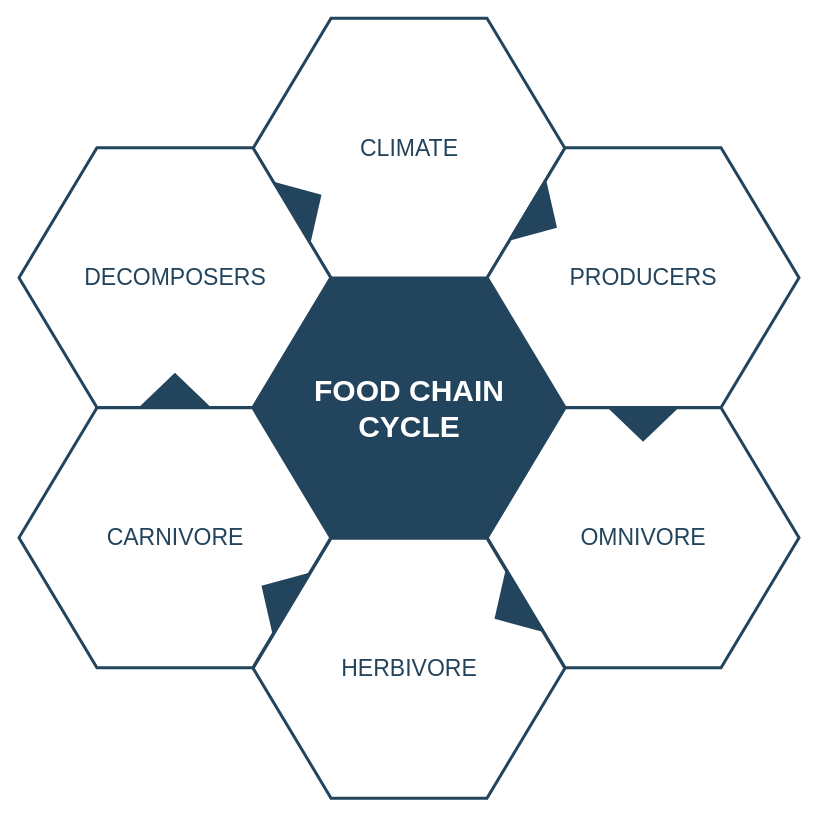
Before: 未命名绘图.drawio in zprobot/zprobot, a draw.io diagram. Source tidied: cells renumbered, new cells numbered last; positions are measured from the earlier drawing's top-left corner, leaving out a move shared by most shapes. Both pictures are drawn from the tidied source at 100%, with x=0, y=0 at pixel (18, 18).
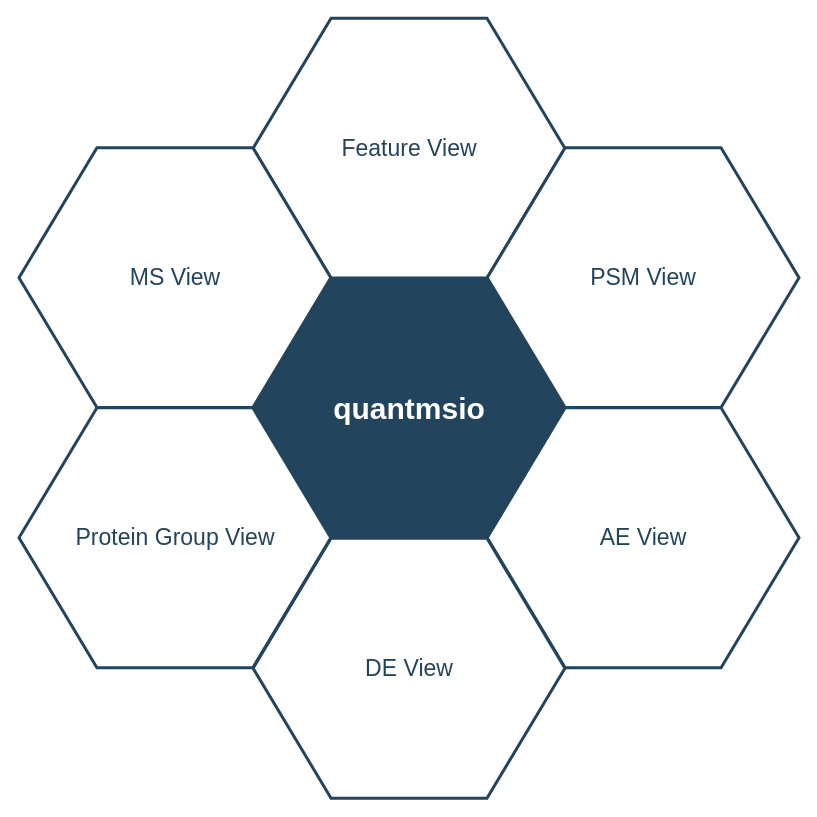
After the change.

Change to the diagram source:
```diff
@@
 <mxGraphModel>
   <root>
     <mxCell id="0" />
     <mxCell id="1" parent="0" />
-    <mxCell id="2" value="&lt;font style=&quot;font-size: 30px&quot; color=&quot;#ffffff&quot;&gt;&lt;b&gt;&lt;span&gt;FOOD CHAIN&lt;/span&gt;&lt;br&gt;&lt;span&gt;CYCLE&lt;/span&gt;&lt;/b&gt;&lt;/font&gt;&lt;br&gt;" style="shape=hexagon;perimeter=hexagonPerimeter2;whiteSpace=wrap;html=1;shadow=0;labelBackgroundColor=none;strokeColor=#23445D;fillColor=#23445D;gradientColor=none;fontFamily=Helvetica;fontSize=23;fontColor=#23445d;align=center;strokeWidth=3;" parent="1" vertex="1">
+    <mxCell id="2" value="&lt;font color=&quot;#ffffff&quot;&gt;&lt;span style=&quot;font-size: 30px;&quot;&gt;&lt;b&gt;quantmsio&lt;/b&gt;&lt;/span&gt;&lt;/font&gt;" style="shape=hexagon;perimeter=hexagonPerimeter2;whiteSpace=wrap;html=1;shadow=0;labelBackgroundColor=none;strokeColor=#23445D;fillColor=#23445D;gradientColor=none;fontFamily=Helvetica;fontSize=23;fontColor=#23445d;align=center;strokeWidth=3;" parent="1" vertex="1">
       <mxGeometry x="234.6" y="259.8" width="311.8" height="259.9" as="geometry" />
     </mxCell>
     <mxCell id="3" style="triangle;whiteSpace=wrap;html=1;shadow=0;labelBackgroundColor=none;strokeColor=none;fillColor=#FFFFFF;fontFamily=Helvetica;fontSize=17;fontColor=#23445d;align=center;rotation=90;gradientColor=none;flipV=1;flipH=1;opacity=20;" parent="1" vertex="1">
       <mxGeometry x="115.5" y="277.7" width="72" height="152" as="geometry" />
     </mxCell>
-    <mxCell id="4" value="&lt;font style=&quot;font-size: 23px&quot;&gt;CLIMATE&lt;/font&gt;" style="shape=hexagon;perimeter=hexagonPerimeter2;whiteSpace=wrap;html=1;shadow=0;labelBackgroundColor=none;strokeColor=#23445D;fillColor=#ffffff;gradientColor=none;fontFamily=Helvetica;fontSize=23;fontColor=#23445D;align=center;strokeWidth=3;" parent="1" vertex="1">
+    <mxCell id="4" value="Feature View" style="shape=hexagon;perimeter=hexagonPerimeter2;whiteSpace=wrap;html=1;shadow=0;labelBackgroundColor=none;strokeColor=#23445D;fillColor=#ffffff;gradientColor=none;fontFamily=Helvetica;fontSize=23;fontColor=#23445D;align=center;strokeWidth=3;" parent="1" vertex="1">
       <mxGeometry x="234.6" y="-0.3" width="311.8" height="259.9" as="geometry" />
     </mxCell>
-    <mxCell id="5" value="&lt;font style=&quot;font-size: 23px&quot;&gt;PRODUCERS&lt;/font&gt;" style="shape=hexagon;perimeter=hexagonPerimeter2;whiteSpace=wrap;html=1;shadow=0;labelBackgroundColor=none;strokeColor=#23445D;fillColor=#FFFFFF;gradientColor=none;fontFamily=Helvetica;fontSize=23;fontColor=#23445d;align=center;strokeWidth=3;" parent="1" vertex="1">
+    <mxCell id="5" value="&lt;font style=&quot;font-size: 23px&quot;&gt;PSM View&lt;/font&gt;" style="shape=hexagon;perimeter=hexagonPerimeter2;whiteSpace=wrap;html=1;shadow=0;labelBackgroundColor=none;strokeColor=#23445D;fillColor=#FFFFFF;gradientColor=none;fontFamily=Helvetica;fontSize=23;fontColor=#23445d;align=center;strokeWidth=3;" parent="1" vertex="1">
       <mxGeometry x="468.7" y="129.2" width="311.8" height="259.9" as="geometry" />
     </mxCell>
-    <mxCell id="6" value="&lt;font style=&quot;font-size: 23px&quot;&gt;OMNIVORE&lt;/font&gt;" style="shape=hexagon;perimeter=hexagonPerimeter2;whiteSpace=wrap;html=1;shadow=0;labelBackgroundColor=none;strokeColor=#23445D;fillColor=#FFFFFF;gradientColor=none;fontFamily=Helvetica;fontSize=23;fontColor=#23445d;align=center;strokeWidth=3;" parent="1" vertex="1">
+    <mxCell id="6" value="&lt;font style=&quot;font-size: 23px&quot;&gt;AE View&lt;/font&gt;" style="shape=hexagon;perimeter=hexagonPerimeter2;whiteSpace=wrap;html=1;shadow=0;labelBackgroundColor=none;strokeColor=#23445D;fillColor=#FFFFFF;gradientColor=none;fontFamily=Helvetica;fontSize=23;fontColor=#23445d;align=center;strokeWidth=3;" parent="1" vertex="1">
       <mxGeometry x="468.7" y="389.3" width="311.8" height="259.9" as="geometry" />
     </mxCell>
-    <mxCell id="7" value="&lt;font style=&quot;font-size: 23px&quot;&gt;HERBIVORE&lt;/font&gt;" style="shape=hexagon;perimeter=hexagonPerimeter2;whiteSpace=wrap;html=1;shadow=0;labelBackgroundColor=none;strokeColor=#23445D;fillColor=#FFFFFF;gradientColor=none;fontFamily=Helvetica;fontSize=23;fontColor=#23445d;align=center;strokeWidth=3;" parent="1" vertex="1">
+    <mxCell id="7" value="&lt;font style=&quot;font-size: 23px&quot;&gt;DE View&lt;/font&gt;" style="shape=hexagon;perimeter=hexagonPerimeter2;whiteSpace=wrap;html=1;shadow=0;labelBackgroundColor=none;strokeColor=#23445D;fillColor=#FFFFFF;gradientColor=none;fontFamily=Helvetica;fontSize=23;fontColor=#23445d;align=center;strokeWidth=3;" parent="1" vertex="1">
       <mxGeometry x="234.6" y="519.8" width="311.8" height="259.9" as="geometry" />
     </mxCell>
-    <mxCell id="8" value="&lt;font style=&quot;font-size: 23px&quot;&gt;CARNIVORE&lt;/font&gt;" style="shape=hexagon;perimeter=hexagonPerimeter2;whiteSpace=wrap;html=1;shadow=0;labelBackgroundColor=none;strokeColor=#23445D;fillColor=#FFFFFF;gradientColor=none;fontFamily=Helvetica;fontSize=23;fontColor=#23445d;align=center;strokeWidth=3;" parent="1" vertex="1">
+    <mxCell id="8" value="&lt;font style=&quot;font-size: 23px&quot;&gt;Protein Group View&lt;/font&gt;" style="shape=hexagon;perimeter=hexagonPerimeter2;whiteSpace=wrap;html=1;shadow=0;labelBackgroundColor=none;strokeColor=#23445D;fillColor=#FFFFFF;gradientColor=none;fontFamily=Helvetica;fontSize=23;fontColor=#23445d;align=center;strokeWidth=3;" parent="1" vertex="1">
       <mxGeometry x="0.5" y="389.3" width="311.8" height="259.9" as="geometry" />
     </mxCell>
-    <mxCell id="9" value="&lt;font style=&quot;font-size: 23px;&quot;&gt;DECOMPOSERS&lt;/font&gt;" style="shape=hexagon;perimeter=hexagonPerimeter2;whiteSpace=wrap;html=1;shadow=0;labelBackgroundColor=none;strokeColor=#23445D;fillColor=#ffffff;gradientColor=none;fontFamily=Helvetica;fontSize=23;fontColor=#23445D;align=center;strokeWidth=3;" parent="1" vertex="1">
+    <mxCell id="9" value="&lt;font style=&quot;font-size: 23px;&quot;&gt;MS View&lt;/font&gt;" style="shape=hexagon;perimeter=hexagonPerimeter2;whiteSpace=wrap;html=1;shadow=0;labelBackgroundColor=none;strokeColor=#23445D;fillColor=#ffffff;gradientColor=none;fontFamily=Helvetica;fontSize=23;fontColor=#23445D;align=center;strokeWidth=3;" parent="1" vertex="1">
       <mxGeometry x="0.5" y="129.2" width="311.8" height="259.9" as="geometry" />
     </mxCell>
-    <mxCell id="10" style="triangle;whiteSpace=wrap;html=1;shadow=0;labelBackgroundColor=none;strokeColor=none;fillColor=#23445D;fontFamily=Helvetica;fontSize=17;fontColor=#23445d;align=center;rotation=31;gradientColor=none;strokeWidth=3;" parent="1" vertex="1">
-      <mxGeometry x="506" y="163.7" width="35" height="73" as="geometry" />
-    </mxCell>
-    <mxCell id="11" style="triangle;whiteSpace=wrap;html=1;shadow=0;labelBackgroundColor=none;strokeColor=none;fillColor=#23445D;fontFamily=Helvetica;fontSize=17;fontColor=#23445d;align=center;rotation=31;gradientColor=none;flipH=1;strokeWidth=3;" parent="1" vertex="1">
-      <mxGeometry x="240.5" y="539.7" width="35" height="73" as="geometry" />
-    </mxCell>
-    <mxCell id="12" style="triangle;whiteSpace=wrap;html=1;shadow=0;labelBackgroundColor=none;strokeColor=none;fillColor=#23445D;fontFamily=Helvetica;fontSize=17;fontColor=#23445d;align=center;rotation=329;gradientColor=none;strokeWidth=3;" parent="1" vertex="1">
-      <mxGeometry x="270.5" y="148.7" width="35" height="73" as="geometry" />
-    </mxCell>
-    <mxCell id="13" style="triangle;whiteSpace=wrap;html=1;shadow=0;labelBackgroundColor=none;strokeColor=none;fillColor=#23445D;fontFamily=Helvetica;fontSize=17;fontColor=#23445d;align=center;rotation=329;gradientColor=none;flipH=1;strokeWidth=3;" parent="1" vertex="1">
-      <mxGeometry x="473.5" y="554.7" width="35" height="73" as="geometry" />
-    </mxCell>
-    <mxCell id="14" style="triangle;whiteSpace=wrap;html=1;shadow=0;labelBackgroundColor=none;strokeColor=none;fillColor=#23445D;fontFamily=Helvetica;fontSize=17;fontColor=#23445d;align=center;rotation=90;gradientColor=none;strokeWidth=3;" parent="1" vertex="1">
-      <mxGeometry x="607.1" y="369.2" width="35" height="73" as="geometry" />
-    </mxCell>
-    <mxCell id="15" style="triangle;whiteSpace=wrap;html=1;shadow=0;labelBackgroundColor=none;strokeColor=none;fillColor=#23445D;fontFamily=Helvetica;fontSize=17;fontColor=#23445d;align=center;rotation=90;gradientColor=none;flipH=1;strokeWidth=3;" parent="1" vertex="1">
-      <mxGeometry x="138.9" y="335.2" width="35" height="73" as="geometry" />
-    </mxCell>
   </root>
 </mxGraphModel>
```
